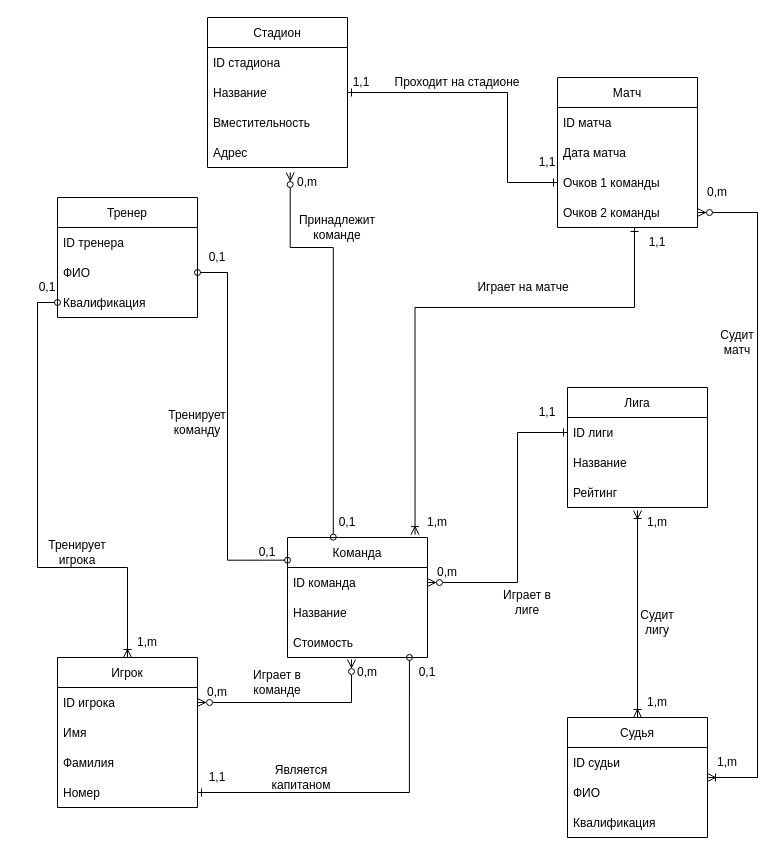
Earlier version of the draw.io diagram Basketball/Untitled Diagram.drawio (netos23/Construction). Source tidied: cells renumbered, new cells numbered last; positions are measured from the earlier drawing's top-left corner, leaving out a move shared by most shapes. Both pictures are drawn from the tidied source at 100%, with x=0, y=0 at pixel (17, 17).
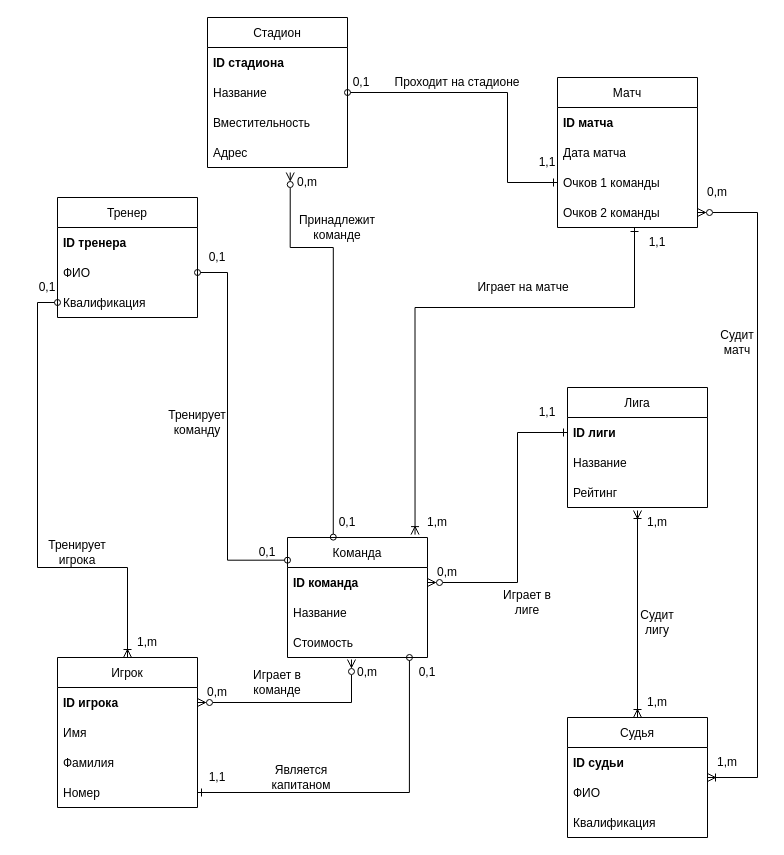
The same diagram, later.

Unchanged cells that the change refers to:
```xml
<mxCell id="3" value="Игрок" style="swimlane;fontStyle=0;horizontal=1;startSize=30;" parent="1" vertex="1">
  <mxGeometry x="40" y="640" width="140" height="150" as="geometry" />
</mxCell>
<mxCell id="8" value="Команда" style="swimlane;fontStyle=0;horizontal=1;startSize=30;" parent="1" vertex="1">
  <mxGeometry x="270" y="520" width="140" height="120" as="geometry" />
</mxCell>
<mxCell id="12" value="Лига" style="swimlane;fontStyle=0;horizontal=1;startSize=30;" parent="1" vertex="1">
  <mxGeometry x="550" y="370" width="140" height="120" as="geometry" />
</mxCell>
<mxCell id="16" value="Матч" style="swimlane;fontStyle=0;horizontal=1;startSize=30;" parent="1" vertex="1">
  <mxGeometry x="540" y="60" width="140" height="150" as="geometry" />
</mxCell>
<mxCell id="19" value="Очков 1 команды" style="text;strokeColor=none;fillColor=none;align=left;verticalAlign=middle;spacingLeft=4;spacingRight=4;overflow=hidden;points=[[0,0.5],[1,0.5]];portConstraint=eastwest;" parent="16" vertex="1">
  <mxGeometry y="90" width="140" height="30" as="geometry" />
</mxCell>
<mxCell id="21" value="Стадион" style="swimlane;fontStyle=0;horizontal=1;startSize=30;" parent="1" vertex="1">
  <mxGeometry x="190" width="140" height="150" as="geometry" />
</mxCell>
<mxCell id="23" value="Название" style="text;strokeColor=none;fillColor=none;align=left;verticalAlign=middle;spacingLeft=4;spacingRight=4;overflow=hidden;points=[[0,0.5],[1,0.5]];portConstraint=eastwest;" parent="21" vertex="1">
  <mxGeometry y="60" width="140" height="30" as="geometry" />
</mxCell>
<mxCell id="31" value="Тренер" style="swimlane;fontStyle=0;horizontal=1;startSize=30;" parent="1" vertex="1">
  <mxGeometry x="40" y="180" width="140" height="120" as="geometry" />
</mxCell>
<mxCell id="37" value="Судья" style="swimlane;fontStyle=0;horizontal=1;startSize=30;" parent="1" vertex="1">
  <mxGeometry x="550" y="700" width="140" height="120" as="geometry" />
</mxCell>
```

What changed in the source:
```diff
@@
-    <mxCell id="4" value="ID игрока" style="text;strokeColor=none;fillColor=none;align=left;verticalAlign=middle;spacingLeft=4;spacingRight=4;overflow=hidden;points=[[0,0.5],[1,0.5]];portConstraint=eastwest;" parent="3" vertex="1">
+    <mxCell id="4" value="ID игрока" style="text;strokeColor=none;fillColor=none;align=left;verticalAlign=middle;spacingLeft=4;spacingRight=4;overflow=hidden;points=[[0,0.5],[1,0.5]];portConstraint=eastwest;fontStyle=1;" parent="3" vertex="1">
       <mxGeometry y="30" width="140" height="30" as="geometry" />
     </mxCell>
@@
-    <mxCell id="9" value="ID команда" style="text;strokeColor=none;fillColor=none;align=left;verticalAlign=middle;spacingLeft=4;spacingRight=4;overflow=hidden;points=[[0,0.5],[1,0.5]];portConstraint=eastwest;" parent="8" vertex="1">
+    <mxCell id="9" value="ID команда" style="text;strokeColor=none;fillColor=none;align=left;verticalAlign=middle;spacingLeft=4;spacingRight=4;overflow=hidden;points=[[0,0.5],[1,0.5]];portConstraint=eastwest;fontStyle=1;" parent="8" vertex="1">
       <mxGeometry y="30" width="140" height="30" as="geometry" />
     </mxCell>
@@
-    <mxCell id="13" value="ID лиги" style="text;strokeColor=none;fillColor=none;align=left;verticalAlign=middle;spacingLeft=4;spacingRight=4;overflow=hidden;points=[[0,0.5],[1,0.5]];portConstraint=eastwest;" parent="12" vertex="1">
+    <mxCell id="13" value="ID лиги" style="text;strokeColor=none;fillColor=none;align=left;verticalAlign=middle;spacingLeft=4;spacingRight=4;overflow=hidden;points=[[0,0.5],[1,0.5]];portConstraint=eastwest;fontStyle=1;" parent="12" vertex="1">
       <mxGeometry y="30" width="140" height="30" as="geometry" />
     </mxCell>
@@
-    <mxCell id="17" value="ID матча" style="text;strokeColor=none;fillColor=none;align=left;verticalAlign=middle;spacingLeft=4;spacingRight=4;overflow=hidden;" parent="16" vertex="1">
+    <mxCell id="17" value="ID матча" style="text;strokeColor=none;fillColor=none;align=left;verticalAlign=middle;spacingLeft=4;spacingRight=4;overflow=hidden;fontStyle=1;" parent="16" vertex="1">
       <mxGeometry y="30" width="140" height="30" as="geometry" />
     </mxCell>
@@
-    <mxCell id="22" value="ID стадиона" style="text;strokeColor=none;fillColor=none;align=left;verticalAlign=middle;spacingLeft=4;spacingRight=4;overflow=hidden;" parent="21" vertex="1">
+    <mxCell id="22" value="ID стадиона" style="text;strokeColor=none;fillColor=none;align=left;verticalAlign=middle;spacingLeft=4;spacingRight=4;overflow=hidden;fontStyle=1;" parent="21" vertex="1">
       <mxGeometry y="30" width="140" height="30" as="geometry" />
     </mxCell>
@@
-    <mxCell id="28" style="edgeStyle=orthogonalEdgeStyle;rounded=0;jettySize=auto;html=1;startArrow=ERone;startFill=0;endArrow=ERone;endFill=0;" parent="1" edge="1" source="23" target="19">
+    <mxCell id="28" style="edgeStyle=orthogonalEdgeStyle;rounded=0;jettySize=auto;html=1;startArrow=oval;startFill=0;endArrow=ERone;endFill=0;" parent="1" edge="1" source="23" target="19">
       <mxGeometry relative="1" as="geometry">
         <Array as="points">
           <mxPoint x="490" y="75" />
           <mxPoint x="490" y="165" />
         </Array>
       </mxGeometry>
     </mxCell>
@@
-    <mxCell id="32" value="ID тренера" style="text;strokeColor=none;fillColor=none;align=left;verticalAlign=middle;spacingLeft=4;spacingRight=4;overflow=hidden;" parent="31" vertex="1">
+    <mxCell id="32" value="ID тренера" style="text;strokeColor=none;fillColor=none;align=left;verticalAlign=middle;spacingLeft=4;spacingRight=4;overflow=hidden;fontStyle=1;" parent="31" vertex="1">
       <mxGeometry y="30" width="140" height="30" as="geometry" />
     </mxCell>
@@
-    <mxCell id="38" value="ID судьи" style="text;strokeColor=none;fillColor=none;align=left;verticalAlign=middle;spacingLeft=4;spacingRight=4;overflow=hidden;" parent="37" vertex="1">
+    <mxCell id="38" value="ID судьи" style="text;strokeColor=none;fillColor=none;align=left;verticalAlign=middle;spacingLeft=4;spacingRight=4;overflow=hidden;fontStyle=1;" parent="37" vertex="1">
       <mxGeometry y="30" width="140" height="30" as="geometry" />
     </mxCell>
@@
-    <mxCell id="53" value="1,1" style="text;html=1;strokeColor=none;fillColor=none;align=center;verticalAlign=middle;whiteSpace=wrap;rounded=0;" parent="1" vertex="1">
+    <mxCell id="53" value="0,1" style="text;html=1;strokeColor=none;fillColor=none;align=center;verticalAlign=middle;whiteSpace=wrap;rounded=0;" parent="1" vertex="1">
       <mxGeometry x="314" y="50" width="60" height="30" as="geometry" />
     </mxCell>
```
